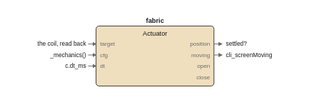
Before: images/logic/screen_fbd.drawio.svg, a diagram exported from draw.io (pstch/botanik2). Source tidied: cells renumbered, new cells last; positions are measured from the earlier drawing's top-left corner, leaving out a move shared by most shapes.
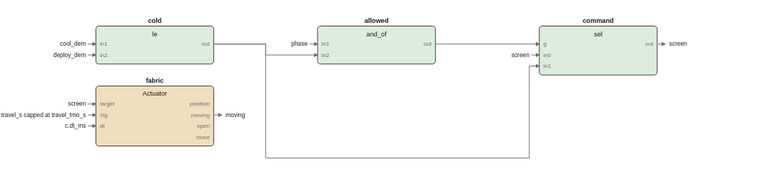
The same file after the commit.

The edit, as a diff of the source:
```diff
@@ -2,80 +2,205 @@
   <root>
     <mxCell id="0" />
     <mxCell id="1" parent="0" />
-    <mxCell id="2" style="rounded=1;fillColor=#f0dfbe;strokeColor=#1a1a1a;whiteSpace=wrap;html=1;fontSize=8;" parent="1" vertex="1">
-      <mxGeometry x="10" y="10" width="118" height="60" as="geometry" />
+    <mxCell id="2" style="rounded=1;fillColor=#dcecdd;strokeColor=#1a1a1a;whiteSpace=wrap;html=1;fontSize=8;" parent="1" vertex="1">
+      <mxGeometry x="10" y="10" width="118" height="38" as="geometry" />
     </mxCell>
-    <mxCell id="3" value="fabric" style="text;html=1;fontSize=6;fontColor=#1a1a1a;align=center;fontStyle=1;" parent="1" vertex="1">
+    <mxCell id="3" value="cold" style="text;html=1;fontSize=6;fontColor=#1a1a1a;align=center;fontStyle=1;" parent="1" vertex="1">
       <mxGeometry x="69" y="0.4" width="40" height="10.6" as="geometry" />
     </mxCell>
-    <mxCell id="4" value="Actuator" style="text;html=1;fontSize=6;fontColor=#1a1a1a;align=center;" parent="1" vertex="1">
+    <mxCell id="4" value="le" style="text;html=1;fontSize=6;fontColor=#1a1a1a;align=center;" parent="1" vertex="1">
       <mxGeometry x="69" y="13.4" width="40" height="10.6" as="geometry" />
     </mxCell>
-    <mxCell id="5" value="target" style="text;html=1;fontSize=5;fontColor=#6b6b6b;align=left;" parent="1" vertex="1">
+    <mxCell id="5" value="in1" style="text;html=1;fontSize=5;fontColor=#6b6b6b;align=left;" parent="1" vertex="1">
       <mxGeometry x="14" y="24.2" width="40" height="9.8" as="geometry" />
     </mxCell>
-    <mxCell id="6" value="cfg" style="text;html=1;fontSize=5;fontColor=#6b6b6b;align=left;" parent="1" vertex="1">
+    <mxCell id="6" value="in2" style="text;html=1;fontSize=5;fontColor=#6b6b6b;align=left;" parent="1" vertex="1">
       <mxGeometry x="14" y="35.2" width="40" height="9.8" as="geometry" />
     </mxCell>
-    <mxCell id="7" value="dt" style="text;html=1;fontSize=5;fontColor=#6b6b6b;align=left;" parent="1" vertex="1">
-      <mxGeometry x="14" y="46.2" width="40" height="9.8" as="geometry" />
+    <mxCell id="7" value="out" style="text;html=1;fontSize=5;fontColor=#6b6b6b;align=left;" parent="1" vertex="1">
+      <mxGeometry x="124" y="24.2" width="40" height="9.8" as="geometry" />
     </mxCell>
-    <mxCell id="8" value="position" style="text;html=1;fontSize=5;fontColor=#6b6b6b;align=left;" parent="1" vertex="1">
-      <mxGeometry x="124" y="24.2" width="40" height="9.8" as="geometry" />
+    <mxCell id="8" style="rounded=1;fillColor=#f0dfbe;strokeColor=#1a1a1a;whiteSpace=wrap;html=1;fontSize=8;" parent="1" vertex="1">
+      <mxGeometry x="10" y="70" width="118" height="60" as="geometry" />
     </mxCell>
-    <mxCell id="9" value="moving" style="text;html=1;fontSize=5;fontColor=#6b6b6b;align=left;" parent="1" vertex="1">
-      <mxGeometry x="124" y="35.2" width="40" height="9.8" as="geometry" />
+    <mxCell id="9" value="fabric" style="text;html=1;fontSize=6;fontColor=#1a1a1a;align=center;fontStyle=1;" parent="1" vertex="1">
+      <mxGeometry x="69" y="60.4" width="40" height="10.6" as="geometry" />
     </mxCell>
-    <mxCell id="10" value="open" style="text;html=1;fontSize=5;fontColor=#6b6b6b;align=left;" parent="1" vertex="1">
-      <mxGeometry x="124" y="46.2" width="40" height="9.8" as="geometry" />
+    <mxCell id="10" value="Actuator" style="text;html=1;fontSize=6;fontColor=#1a1a1a;align=center;" parent="1" vertex="1">
+      <mxGeometry x="69" y="73.4" width="40" height="10.6" as="geometry" />
     </mxCell>
-    <mxCell id="11" value="close" style="text;html=1;fontSize=5;fontColor=#6b6b6b;align=left;" parent="1" vertex="1">
-      <mxGeometry x="124" y="57.2" width="40" height="9.8" as="geometry" />
+    <mxCell id="11" value="target" style="text;html=1;fontSize=5;fontColor=#6b6b6b;align=left;" parent="1" vertex="1">
+      <mxGeometry x="14" y="84.2" width="40" height="9.8" as="geometry" />
     </mxCell>
-    <mxCell id="12" value="the coil, read back" style="text;html=1;fontSize=6;fontColor=#1a1a1a;align=left;" parent="1" vertex="1">
-      <mxGeometry y="24" width="95" height="10" as="geometry" />
+    <mxCell id="12" value="cfg" style="text;html=1;fontSize=5;fontColor=#6b6b6b;align=left;" parent="1" vertex="1">
+      <mxGeometry x="14" y="95.2" width="40" height="9.8" as="geometry" />
     </mxCell>
-    <mxCell id="13" style="edgeStyle=none;html=1;strokeColor=#6b6b6b;endArrow=block;" parent="1" edge="1">
-      <mxGeometry relative="1" as="geometry">
-        <mxPoint x="2" y="28" as="sourcePoint" />
-        <mxPoint x="10" y="28" as="targetPoint" />
-      </mxGeometry>
-    </mxCell>
+    <mxCell id="22" value="dt" style="text;html=1;fontSize=5;fontColor=#6b6b6b;align=left;" parent="1" vertex="1">
+      <mxGeometry x="14" y="106.2" width="40" height="9.8" as="geometry" />
+    </mxCell>
-    <mxCell id="14" value="_mechanics()" style="text;html=1;fontSize=6;fontColor=#1a1a1a;align=left;" parent="1" vertex="1">
-      <mxGeometry y="35" width="60" height="10" as="geometry" />
+    <mxCell id="14" value="position" style="text;html=1;fontSize=5;fontColor=#6b6b6b;align=left;" parent="1" vertex="1">
+      <mxGeometry x="124" y="84.2" width="40" height="9.8" as="geometry" />
     </mxCell>
-    <mxCell id="15" style="edgeStyle=none;html=1;strokeColor=#6b6b6b;endArrow=block;" parent="1" edge="1">
-      <mxGeometry relative="1" as="geometry">
-        <mxPoint x="2" y="39" as="sourcePoint" />
-        <mxPoint x="10" y="39" as="targetPoint" />
-      </mxGeometry>
-    </mxCell>
+    <mxCell id="23" value="moving" style="text;html=1;fontSize=5;fontColor=#6b6b6b;align=left;" parent="1" vertex="1">
+      <mxGeometry x="124" y="95.2" width="40" height="9.8" as="geometry" />
+    </mxCell>
-    <mxCell id="16" value="c.dt_ms" style="text;html=1;fontSize=6;fontColor=#1a1a1a;align=left;" parent="1" vertex="1">
-      <mxGeometry y="46" width="40" height="10" as="geometry" />
+    <mxCell id="16" value="open" style="text;html=1;fontSize=5;fontColor=#6b6b6b;align=left;" parent="1" vertex="1">
+      <mxGeometry x="124" y="106.2" width="40" height="9.8" as="geometry" />
     </mxCell>
-    <mxCell id="17" style="edgeStyle=none;html=1;strokeColor=#6b6b6b;endArrow=block;" parent="1" edge="1">
-      <mxGeometry relative="1" as="geometry">
-        <mxPoint x="2" y="50" as="sourcePoint" />
-        <mxPoint x="10" y="50" as="targetPoint" />
-      </mxGeometry>
-    </mxCell>
-    <mxCell id="18" style="edgeStyle=none;html=1;strokeColor=#6b6b6b;endArrow=block;" parent="1" edge="1">
-      <mxGeometry relative="1" as="geometry">
-        <mxPoint x="128" y="28" as="sourcePoint" />
-        <mxPoint x="136" y="28" as="targetPoint" />
-      </mxGeometry>
-    </mxCell>
+    <mxCell id="24" value="close" style="text;html=1;fontSize=5;fontColor=#6b6b6b;align=left;" parent="1" vertex="1">
+      <mxGeometry x="124" y="117.2" width="40" height="9.8" as="geometry" />
+    </mxCell>
+    <mxCell id="25" style="rounded=1;fillColor=#dcecdd;strokeColor=#1a1a1a;whiteSpace=wrap;html=1;fontSize=8;" parent="1" vertex="1">
+      <mxGeometry x="232" y="10" width="118" height="38" as="geometry" />
+    </mxCell>
-    <mxCell id="19" value="settled?" style="text;html=1;fontSize=6;fontColor=#1a1a1a;align=left;" parent="1" vertex="1">
-      <mxGeometry x="140" y="24" width="40" height="10" as="geometry" />
+    <mxCell id="19" value="allowed" style="text;html=1;fontSize=6;fontColor=#1a1a1a;align=center;fontStyle=1;" parent="1" vertex="1">
+      <mxGeometry x="291" y="0.4" width="40" height="10.6" as="geometry" />
     </mxCell>
-    <mxCell id="20" style="edgeStyle=none;html=1;strokeColor=#6b6b6b;endArrow=block;" parent="1" edge="1">
-      <mxGeometry relative="1" as="geometry">
-        <mxPoint x="128" y="39" as="sourcePoint" />
-        <mxPoint x="136" y="39" as="targetPoint" />
-      </mxGeometry>
-    </mxCell>
+    <mxCell id="26" value="and_of" style="text;html=1;fontSize=6;fontColor=#1a1a1a;align=center;" parent="1" vertex="1">
+      <mxGeometry x="291" y="13.4" width="40" height="10.6" as="geometry" />
+    </mxCell>
-    <mxCell id="21" value="cli_screenMoving" style="text;html=1;fontSize=6;fontColor=#1a1a1a;align=left;" parent="1" vertex="1">
-      <mxGeometry x="140" y="35" width="80" height="10" as="geometry" />
+    <mxCell id="21" value="in1" style="text;html=1;fontSize=5;fontColor=#6b6b6b;align=left;" parent="1" vertex="1">
+      <mxGeometry x="236" y="24.2" width="40" height="9.8" as="geometry" />
     </mxCell>
+    <mxCell id="27" value="in2" style="text;html=1;fontSize=5;fontColor=#6b6b6b;align=left;" parent="1" vertex="1">
+      <mxGeometry x="236" y="35.2" width="40" height="9.8" as="geometry" />
+    </mxCell>
+    <mxCell id="28" value="out" style="text;html=1;fontSize=5;fontColor=#6b6b6b;align=left;" parent="1" vertex="1">
+      <mxGeometry x="346" y="24.2" width="40" height="9.8" as="geometry" />
+    </mxCell>
+    <mxCell id="29" style="rounded=1;fillColor=#dcecdd;strokeColor=#1a1a1a;whiteSpace=wrap;html=1;fontSize=8;" parent="1" vertex="1">
+      <mxGeometry x="454" y="10" width="118" height="49" as="geometry" />
+    </mxCell>
+    <mxCell id="30" value="command" style="text;html=1;fontSize=6;fontColor=#1a1a1a;align=center;fontStyle=1;" parent="1" vertex="1">
+      <mxGeometry x="513" y="0.4" width="40" height="10.6" as="geometry" />
+    </mxCell>
+    <mxCell id="31" value="sel" style="text;html=1;fontSize=6;fontColor=#1a1a1a;align=center;" parent="1" vertex="1">
+      <mxGeometry x="513" y="13.4" width="40" height="10.6" as="geometry" />
+    </mxCell>
+    <mxCell id="32" value="g" style="text;html=1;fontSize=5;fontColor=#6b6b6b;align=left;" parent="1" vertex="1">
+      <mxGeometry x="458" y="24.2" width="40" height="9.8" as="geometry" />
+    </mxCell>
+    <mxCell id="33" value="in0" style="text;html=1;fontSize=5;fontColor=#6b6b6b;align=left;" parent="1" vertex="1">
+      <mxGeometry x="458" y="35.2" width="40" height="9.8" as="geometry" />
+    </mxCell>
+    <mxCell id="34" value="in1" style="text;html=1;fontSize=5;fontColor=#6b6b6b;align=left;" parent="1" vertex="1">
+      <mxGeometry x="458" y="46.2" width="40" height="9.8" as="geometry" />
+    </mxCell>
+    <mxCell id="35" value="out" style="text;html=1;fontSize=5;fontColor=#6b6b6b;align=left;" parent="1" vertex="1">
+      <mxGeometry x="568" y="24.2" width="40" height="9.8" as="geometry" />
+    </mxCell>
+    <mxCell id="36" style="edgeStyle=none;html=1;strokeColor=#6b6b6b;endArrow=block;" parent="1" edge="1">
+      <mxGeometry relative="1" as="geometry">
+        <mxPoint x="128" y="28" as="sourcePoint" />
+        <mxPoint x="232" y="39" as="targetPoint" />
+        <Array as="points">
+          <mxPoint x="180" y="28" />
+          <mxPoint x="180" y="39" />
+        </Array>
+      </mxGeometry>
+    </mxCell>
+    <mxCell id="37" style="edgeStyle=none;html=1;strokeColor=#6b6b6b;endArrow=block;" parent="1" edge="1">
+      <mxGeometry relative="1" as="geometry">
+        <mxPoint x="350" y="28" as="sourcePoint" />
+        <mxPoint x="454" y="28" as="targetPoint" />
+        <Array as="points">
+          <mxPoint x="402" y="28" />
+          <mxPoint x="402" y="28" />
+        </Array>
+      </mxGeometry>
+    </mxCell>
+    <mxCell id="38" style="edgeStyle=none;html=1;strokeColor=#6b6b6b;endArrow=block;" parent="1" edge="1">
+      <mxGeometry relative="1" as="geometry">
+        <mxPoint x="128" y="28" as="sourcePoint" />
+        <mxPoint x="454" y="50" as="targetPoint" />
+        <Array as="points">
+          <mxPoint x="180" y="28" />
+          <mxPoint x="180" y="142" />
+          <mxPoint x="444" y="142" />
+          <mxPoint x="444" y="50" />
+        </Array>
+      </mxGeometry>
+    </mxCell>
+    <mxCell id="39" value="cool_dem" style="text;html=1;fontSize=6;fontColor=#1a1a1a;align=left;" parent="1" vertex="1">
+      <mxGeometry y="24" width="40" height="10" as="geometry" />
+    </mxCell>
+    <mxCell id="40" style="edgeStyle=none;html=1;strokeColor=#6b6b6b;endArrow=block;" parent="1" edge="1">
+      <mxGeometry relative="1" as="geometry">
+        <mxPoint x="2" y="28" as="sourcePoint" />
+        <mxPoint x="10" y="28" as="targetPoint" />
+      </mxGeometry>
+    </mxCell>
+    <mxCell id="41" value="deploy_dem" style="text;html=1;fontSize=6;fontColor=#1a1a1a;align=left;" parent="1" vertex="1">
+      <mxGeometry y="35" width="50" height="10" as="geometry" />
+    </mxCell>
+    <mxCell id="42" style="edgeStyle=none;html=1;strokeColor=#6b6b6b;endArrow=block;" parent="1" edge="1">
+      <mxGeometry relative="1" as="geometry">
+        <mxPoint x="2" y="39" as="sourcePoint" />
+        <mxPoint x="10" y="39" as="targetPoint" />
+      </mxGeometry>
+    </mxCell>
+    <mxCell id="43" value="phase" style="text;html=1;fontSize=6;fontColor=#1a1a1a;align=left;" parent="1" vertex="1">
+      <mxGeometry x="222" y="24" width="40" height="10" as="geometry" />
+    </mxCell>
+    <mxCell id="44" style="edgeStyle=none;html=1;strokeColor=#6b6b6b;endArrow=block;" parent="1" edge="1">
+      <mxGeometry relative="1" as="geometry">
+        <mxPoint x="224" y="28" as="sourcePoint" />
+        <mxPoint x="232" y="28" as="targetPoint" />
+      </mxGeometry>
+    </mxCell>
+    <mxCell id="45" value="screen" style="text;html=1;fontSize=6;fontColor=#1a1a1a;align=left;" parent="1" vertex="1">
+      <mxGeometry x="444" y="35" width="40" height="10" as="geometry" />
+    </mxCell>
+    <mxCell id="46" style="edgeStyle=none;html=1;strokeColor=#6b6b6b;endArrow=block;" parent="1" edge="1">
+      <mxGeometry relative="1" as="geometry">
+        <mxPoint x="446" y="39" as="sourcePoint" />
+        <mxPoint x="454" y="39" as="targetPoint" />
+      </mxGeometry>
+    </mxCell>
+    <mxCell id="47" value="screen" style="text;html=1;fontSize=6;fontColor=#1a1a1a;align=left;" parent="1" vertex="1">
+      <mxGeometry y="84" width="40" height="10" as="geometry" />
+    </mxCell>
+    <mxCell id="48" style="edgeStyle=none;html=1;strokeColor=#6b6b6b;endArrow=block;" parent="1" edge="1">
+      <mxGeometry relative="1" as="geometry">
+        <mxPoint x="2" y="88" as="sourcePoint" />
+        <mxPoint x="10" y="88" as="targetPoint" />
+      </mxGeometry>
+    </mxCell>
+    <mxCell id="49" value="travel_s capped at travel_tmo_s" style="text;html=1;fontSize=6;fontColor=#1a1a1a;align=left;" parent="1" vertex="1">
+      <mxGeometry y="95" width="155" height="10" as="geometry" />
+    </mxCell>
+    <mxCell id="50" style="edgeStyle=none;html=1;strokeColor=#6b6b6b;endArrow=block;" parent="1" edge="1">
+      <mxGeometry relative="1" as="geometry">
+        <mxPoint x="2" y="99" as="sourcePoint" />
+        <mxPoint x="10" y="99" as="targetPoint" />
+      </mxGeometry>
+    </mxCell>
+    <mxCell id="51" value="c.dt_ms" style="text;html=1;fontSize=6;fontColor=#1a1a1a;align=left;" parent="1" vertex="1">
+      <mxGeometry y="106" width="40" height="10" as="geometry" />
+    </mxCell>
+    <mxCell id="52" style="edgeStyle=none;html=1;strokeColor=#6b6b6b;endArrow=block;" parent="1" edge="1">
+      <mxGeometry relative="1" as="geometry">
+        <mxPoint x="2" y="110" as="sourcePoint" />
+        <mxPoint x="10" y="110" as="targetPoint" />
+      </mxGeometry>
+    </mxCell>
+    <mxCell id="53" style="edgeStyle=none;html=1;strokeColor=#6b6b6b;endArrow=block;" parent="1" edge="1">
+      <mxGeometry relative="1" as="geometry">
+        <mxPoint x="572" y="28" as="sourcePoint" />
+        <mxPoint x="580" y="28" as="targetPoint" />
+      </mxGeometry>
+    </mxCell>
+    <mxCell id="54" value="screen" style="text;html=1;fontSize=6;fontColor=#1a1a1a;align=left;" parent="1" vertex="1">
+      <mxGeometry x="584" y="24" width="40" height="10" as="geometry" />
+    </mxCell>
+    <mxCell id="55" style="edgeStyle=none;html=1;strokeColor=#6b6b6b;endArrow=block;" parent="1" edge="1">
+      <mxGeometry relative="1" as="geometry">
+        <mxPoint x="128" y="99" as="sourcePoint" />
+        <mxPoint x="136" y="99" as="targetPoint" />
+      </mxGeometry>
+    </mxCell>
+    <mxCell id="56" value="moving" style="text;html=1;fontSize=6;fontColor=#1a1a1a;align=left;" parent="1" vertex="1">
+      <mxGeometry x="140" y="95" width="40" height="10" as="geometry" />
+    </mxCell>
   </root>
 </mxGraphModel>
```
